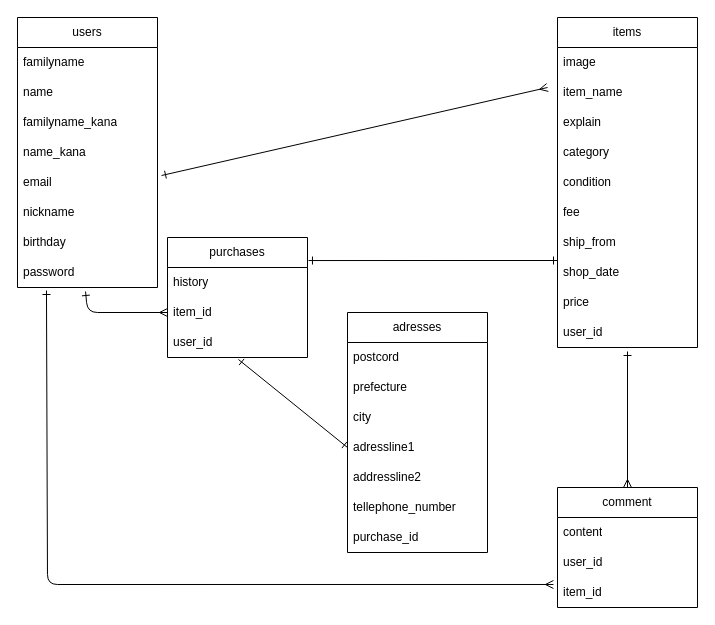
Before: ER.dio in tamutamu3/furima-40914, a draw.io diagram. Source tidied: cells renumbered, new cells numbered last; positions are measured from the earlier drawing's top-left corner, leaving out a move shared by most shapes. Both pictures are drawn from the tidied source at 100%, with x=0, y=0 at pixel (17, 17).
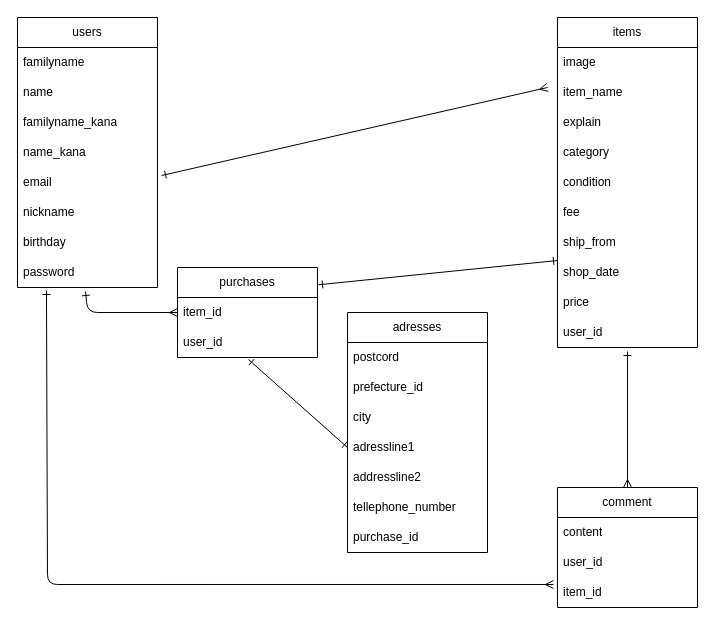
The same page after the edit.

Commit message:
DB設計-修正２（ER図）

The change refers to these unchanged cells:
```xml
<mxCell id="30" value="adresses" style="swimlane;fontStyle=0;horizontal=1;startSize=30;whiteSpace=wrap;html=1;" parent="1" vertex="1">
  <mxGeometry x="330" y="295" width="140" height="240" as="geometry" />
</mxCell>
```

What changed in the source:
```diff
@@
     <mxCell id="26" value="purchases" style="swimlane;fontStyle=0;horizontal=1;startSize=30;whiteSpace=wrap;html=1;" parent="1" vertex="1">
-      <mxGeometry x="150" y="220" width="140" height="120" as="geometry" />
+      <mxGeometry x="160" y="250" width="140" height="90" as="geometry" />
     </mxCell>
-    <mxCell id="27" value="history" style="text;strokeColor=none;fillColor=none;align=left;verticalAlign=middle;spacingLeft=4;spacingRight=4;overflow=hidden;whiteSpace=wrap;html=1;" parent="26" vertex="1">
-      <mxGeometry y="30" width="140" height="30" as="geometry" />
-    </mxCell>
     <mxCell id="28" value="item_id" style="text;strokeColor=none;fillColor=none;align=left;verticalAlign=middle;spacingLeft=4;spacingRight=4;overflow=hidden;points=[[0,0.5],[1,0.5]];portConstraint=eastwest;whiteSpace=wrap;html=1;" parent="26" vertex="1">
-      <mxGeometry y="60" width="140" height="30" as="geometry" />
+      <mxGeometry y="30" width="140" height="30" as="geometry" />
     </mxCell>
     <mxCell id="29" value="user_id" style="text;strokeColor=none;fillColor=none;align=left;verticalAlign=middle;spacingLeft=4;spacingRight=4;overflow=hidden;points=[[0,0.5],[1,0.5]];portConstraint=eastwest;whiteSpace=wrap;html=1;" parent="26" vertex="1">
-      <mxGeometry y="90" width="140" height="30" as="geometry" />
+      <mxGeometry y="60" width="140" height="30" as="geometry" />
     </mxCell>
@@
-    <mxCell id="32" value="prefecture" style="text;strokeColor=none;fillColor=none;align=left;verticalAlign=middle;spacingLeft=4;spacingRight=4;overflow=hidden;whiteSpace=wrap;html=1;" parent="30" vertex="1">
+    <mxCell id="32" value="prefecture_id" style="text;strokeColor=none;fillColor=none;align=left;verticalAlign=middle;spacingLeft=4;spacingRight=4;overflow=hidden;whiteSpace=wrap;html=1;" parent="30" vertex="1">
       <mxGeometry y="60" width="140" height="30" as="geometry" />
     </mxCell>
```
